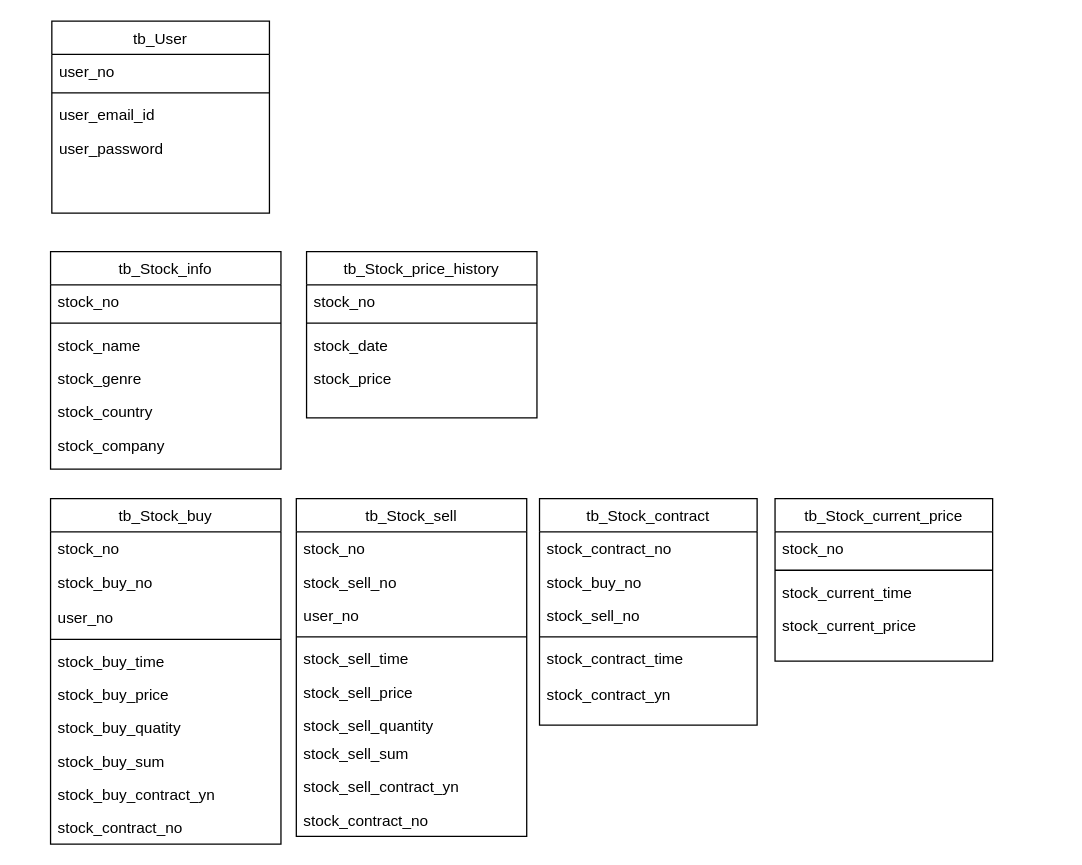
kmg4376/hello-world keeps this draw.io diagram as Untitled Diagram.drawio. Above is the earlier version. Source tidied: cells renumbered, new cells numbered last; positions are measured from the earlier drawing's top-left corner, leaving out a move shared by most shapes. Both pictures are drawn from the tidied source at 128%, with x=0, y=0 at pixel (50, 20).
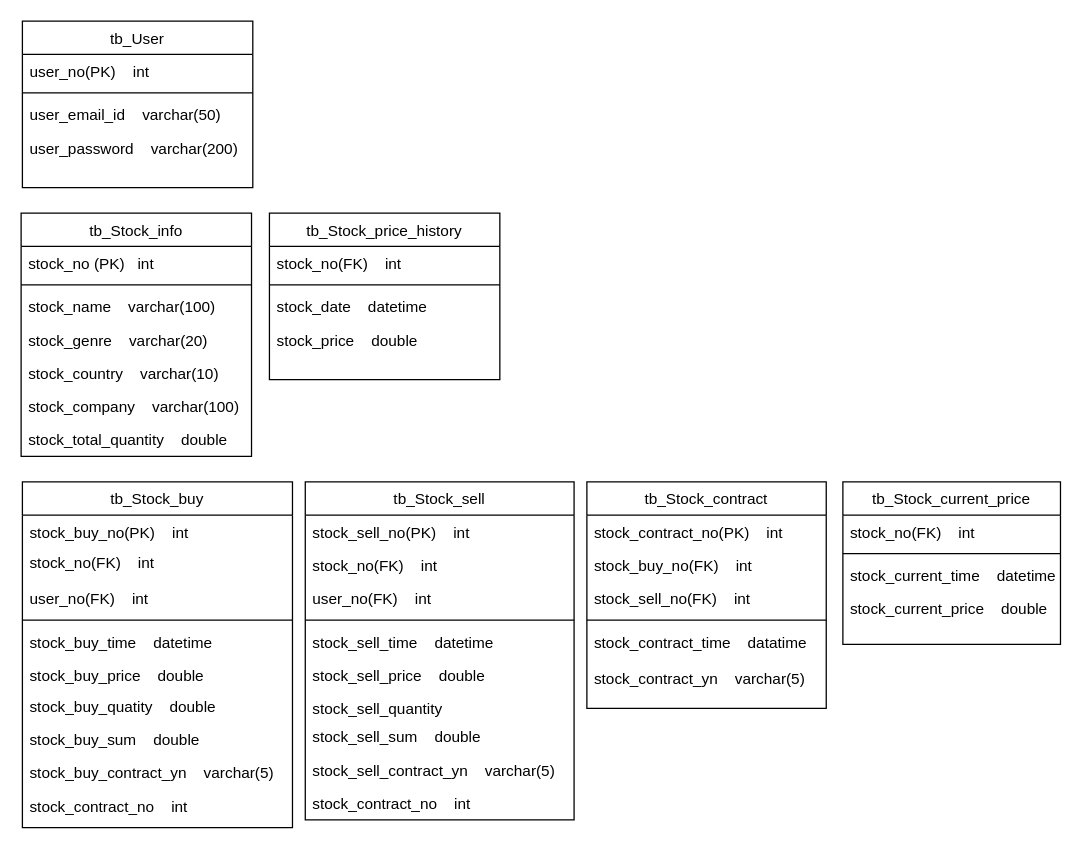
The same diagram, later.

The edit, as a diff of the source:
```diff
@@
     <mxCell id="2" value="tb_User" style="swimlane;fontStyle=0;align=center;verticalAlign=top;horizontal=1;startSize=26;rounded=0;shadow=0;strokeWidth=1;" parent="1" vertex="1">
-      <mxGeometry x="1" width="170" height="150" as="geometry" />
+      <mxGeometry x="-22" width="180" height="130" as="geometry" />
     </mxCell>
-    <mxCell id="3" value="user_no" style="text;align=left;verticalAlign=top;spacingLeft=4;spacingRight=4;overflow=hidden;" parent="2" vertex="1">
-      <mxGeometry y="26" width="170" height="26" as="geometry" />
+    <mxCell id="3" value="user_no(PK)    int" style="text;align=left;verticalAlign=top;spacingLeft=4;spacingRight=4;overflow=hidden;" parent="2" vertex="1">
+      <mxGeometry y="26" width="180" height="26" as="geometry" />
     </mxCell>
     <mxCell id="4" style="line;html=1;strokeWidth=1;align=left;verticalAlign=middle;spacingTop=-1;spacingLeft=3;spacingRight=3;labelPosition=right;" parent="2" vertex="1">
-      <mxGeometry y="52" width="170" height="8" as="geometry" />
+      <mxGeometry y="52" width="180" height="8" as="geometry" />
     </mxCell>
-    <mxCell id="5" value="user_email_id" style="text;align=left;verticalAlign=top;spacingLeft=4;spacingRight=4;overflow=hidden;" parent="2" vertex="1">
-      <mxGeometry y="60" width="170" height="26" as="geometry" />
+    <mxCell id="5" value="user_email_id    varchar(50)" style="text;align=left;verticalAlign=top;spacingLeft=4;spacingRight=4;overflow=hidden;" parent="2" vertex="1">
+      <mxGeometry y="60" width="180" height="26" as="geometry" />
     </mxCell>
-    <mxCell id="6" value="user_password" style="text;align=left;verticalAlign=top;spacingLeft=4;spacingRight=4;overflow=hidden;" parent="2" vertex="1">
-      <mxGeometry y="86" width="170" height="26" as="geometry" />
+    <mxCell id="6" value="user_password    varchar(200)" style="text;align=left;verticalAlign=top;spacingLeft=4;spacingRight=4;overflow=hidden;" parent="2" vertex="1">
+      <mxGeometry y="86" width="180" height="26" as="geometry" />
     </mxCell>
     <mxCell id="7" value="tb_Stock_price_history" style="swimlane;fontStyle=0;align=center;verticalAlign=top;horizontal=1;startSize=26;rounded=0;shadow=0;strokeWidth=1;" parent="1" vertex="1">
-      <mxGeometry x="200" y="180" width="180" height="130" as="geometry" />
+      <mxGeometry x="171" y="150" width="180" height="130" as="geometry" />
     </mxCell>
-    <mxCell id="8" value="stock_no" style="text;align=left;verticalAlign=top;spacingLeft=4;spacingRight=4;overflow=hidden;" parent="7" vertex="1">
+    <mxCell id="8" value="stock_no(FK)    int" style="text;align=left;verticalAlign=top;spacingLeft=4;spacingRight=4;overflow=hidden;" parent="7" vertex="1">
       <mxGeometry y="26" width="180" height="26" as="geometry" />
     </mxCell>
@@
-    <mxCell id="10" value="stock_date" style="text;align=left;verticalAlign=top;spacingLeft=4;spacingRight=4;overflow=hidden;" parent="7" vertex="1">
+    <mxCell id="10" value="stock_date    datetime" style="text;align=left;verticalAlign=top;spacingLeft=4;spacingRight=4;overflow=hidden;" parent="7" vertex="1">
       <mxGeometry y="60" width="180" height="26" as="geometry" />
     </mxCell>
-    <mxCell id="11" value="stock_price" style="text;align=left;verticalAlign=top;spacingLeft=4;spacingRight=4;overflow=hidden;" parent="7" vertex="1">
+    <mxCell id="11" value="stock_price    double" style="text;align=left;verticalAlign=top;spacingLeft=4;spacingRight=4;overflow=hidden;" parent="7" vertex="1">
       <mxGeometry y="86" width="180" height="26" as="geometry" />
     </mxCell>
     <mxCell id="12" value="tb_Stock_info" style="swimlane;fontStyle=0;align=center;verticalAlign=top;horizontal=1;startSize=26;rounded=0;shadow=0;strokeWidth=1;" parent="1" vertex="1">
-      <mxGeometry y="180" width="180" height="170" as="geometry" />
+      <mxGeometry x="-23" y="150" width="180" height="190" as="geometry" />
     </mxCell>
-    <mxCell id="13" value="stock_no" style="text;align=left;verticalAlign=top;spacingLeft=4;spacingRight=4;overflow=hidden;" parent="12" vertex="1">
+    <mxCell id="13" value="stock_no (PK)   int" style="text;align=left;verticalAlign=top;spacingLeft=4;spacingRight=4;overflow=hidden;" parent="12" vertex="1">
       <mxGeometry y="26" width="180" height="26" as="geometry" />
     </mxCell>
@@
-    <mxCell id="15" value="stock_name" style="text;align=left;verticalAlign=top;spacingLeft=4;spacingRight=4;overflow=hidden;" parent="12" vertex="1">
+    <mxCell id="15" value="stock_name    varchar(100)" style="text;align=left;verticalAlign=top;spacingLeft=4;spacingRight=4;overflow=hidden;" parent="12" vertex="1">
       <mxGeometry y="60" width="180" height="26" as="geometry" />
     </mxCell>
-    <mxCell id="16" value="stock_genre" style="text;align=left;verticalAlign=top;spacingLeft=4;spacingRight=4;overflow=hidden;" parent="12" vertex="1">
+    <mxCell id="16" value="stock_genre    varchar(20)" style="text;align=left;verticalAlign=top;spacingLeft=4;spacingRight=4;overflow=hidden;" parent="12" vertex="1">
       <mxGeometry y="86" width="180" height="26" as="geometry" />
     </mxCell>
-    <mxCell id="17" value="stock_country" style="text;align=left;verticalAlign=top;spacingLeft=4;spacingRight=4;overflow=hidden;" parent="12" vertex="1">
+    <mxCell id="17" value="stock_country    varchar(10)" style="text;align=left;verticalAlign=top;spacingLeft=4;spacingRight=4;overflow=hidden;" parent="12" vertex="1">
       <mxGeometry y="112" width="180" height="26" as="geometry" />
     </mxCell>
+    <mxCell id="53" value="stock_company    varchar(100)" style="text;align=left;verticalAlign=top;spacingLeft=4;spacingRight=4;overflow=hidden;" parent="12" vertex="1">
+      <mxGeometry y="138" width="180" height="26" as="geometry" />
+    </mxCell>
-    <mxCell id="18" value="stock_company" style="text;align=left;verticalAlign=top;spacingLeft=4;spacingRight=4;overflow=hidden;" parent="12" vertex="1">
-      <mxGeometry y="138" width="180" height="26" as="geometry" />
+    <mxCell id="18" value="stock_total_quantity    double" style="text;align=left;verticalAlign=top;spacingLeft=4;spacingRight=4;overflow=hidden;" parent="12" vertex="1">
+      <mxGeometry y="164" width="180" height="26" as="geometry" />
     </mxCell>
     <mxCell id="19" value="tb_Stock_buy" style="swimlane;fontStyle=0;align=center;verticalAlign=top;horizontal=1;startSize=26;rounded=0;shadow=0;strokeWidth=1;" parent="1" vertex="1">
-      <mxGeometry y="373" width="180" height="270" as="geometry" />
+      <mxGeometry x="-22" y="360" width="211" height="270" as="geometry" />
     </mxCell>
-    <mxCell id="20" value="stock_no" style="text;align=left;verticalAlign=top;spacingLeft=4;spacingRight=4;overflow=hidden;" parent="19" vertex="1">
-      <mxGeometry y="26" width="180" height="26" as="geometry" />
+    <mxCell id="20" value="stock_buy_no(PK)    int" style="text;align=left;verticalAlign=top;spacingLeft=4;spacingRight=4;overflow=hidden;" parent="19" vertex="1">
+      <mxGeometry y="26" width="211" height="24" as="geometry" />
     </mxCell>
-    <mxCell id="21" value="stock_buy_no" style="text;align=left;verticalAlign=top;spacingLeft=4;spacingRight=4;overflow=hidden;" parent="19" vertex="1">
-      <mxGeometry y="52" width="180" height="28" as="geometry" />
+    <mxCell id="21" value="stock_no(FK)    int" style="text;align=left;verticalAlign=top;spacingLeft=4;spacingRight=4;overflow=hidden;" parent="19" vertex="1">
+      <mxGeometry y="50" width="211" height="28" as="geometry" />
     </mxCell>
-    <mxCell id="22" value="user_no" style="text;align=left;verticalAlign=top;spacingLeft=4;spacingRight=4;overflow=hidden;" parent="19" vertex="1">
-      <mxGeometry y="80" width="180" height="26" as="geometry" />
+    <mxCell id="22" value="user_no(FK)    int" style="text;align=left;verticalAlign=top;spacingLeft=4;spacingRight=4;overflow=hidden;" parent="19" vertex="1">
+      <mxGeometry y="78" width="211" height="26" as="geometry" />
     </mxCell>
     <mxCell id="23" style="line;html=1;strokeWidth=1;align=left;verticalAlign=middle;spacingTop=-1;spacingLeft=3;spacingRight=3;labelPosition=right;" parent="19" vertex="1">
-      <mxGeometry y="106" width="180" height="8" as="geometry" />
+      <mxGeometry y="104" width="211" height="8" as="geometry" />
     </mxCell>
-    <mxCell id="24" value="stock_buy_time" style="text;align=left;verticalAlign=top;spacingLeft=4;spacingRight=4;overflow=hidden;" parent="19" vertex="1">
-      <mxGeometry y="114" width="180" height="26" as="geometry" />
+    <mxCell id="24" value="stock_buy_time    datetime" style="text;align=left;verticalAlign=top;spacingLeft=4;spacingRight=4;overflow=hidden;" parent="19" vertex="1">
+      <mxGeometry y="112" width="211" height="26" as="geometry" />
     </mxCell>
-    <mxCell id="25" value="stock_buy_price" style="text;align=left;verticalAlign=top;spacingLeft=4;spacingRight=4;overflow=hidden;" parent="19" vertex="1">
-      <mxGeometry y="140" width="180" height="26" as="geometry" />
+    <mxCell id="25" value="stock_buy_price    double" style="text;align=left;verticalAlign=top;spacingLeft=4;spacingRight=4;overflow=hidden;" parent="19" vertex="1">
+      <mxGeometry y="138" width="211" height="24" as="geometry" />
     </mxCell>
-    <mxCell id="26" value="stock_buy_quatity" style="text;align=left;verticalAlign=top;spacingLeft=4;spacingRight=4;overflow=hidden;" parent="19" vertex="1">
-      <mxGeometry y="166" width="180" height="26" as="geometry" />
+    <mxCell id="26" value="stock_buy_quatity    double" style="text;align=left;verticalAlign=top;spacingLeft=4;spacingRight=4;overflow=hidden;" parent="19" vertex="1">
+      <mxGeometry y="162" width="211" height="26" as="geometry" />
     </mxCell>
-    <mxCell id="27" value="stock_buy_sum" style="text;align=left;verticalAlign=top;spacingLeft=4;spacingRight=4;overflow=hidden;" parent="19" vertex="1">
-      <mxGeometry y="192" width="180" height="26" as="geometry" />
+    <mxCell id="27" value="stock_buy_sum    double" style="text;align=left;verticalAlign=top;spacingLeft=4;spacingRight=4;overflow=hidden;" parent="19" vertex="1">
+      <mxGeometry y="188" width="211" height="26" as="geometry" />
     </mxCell>
-    <mxCell id="28" value="stock_buy_contract_yn" style="text;align=left;verticalAlign=top;spacingLeft=4;spacingRight=4;overflow=hidden;" parent="19" vertex="1">
-      <mxGeometry y="218" width="180" height="26" as="geometry" />
+    <mxCell id="28" value="stock_buy_contract_yn    varchar(5)" style="text;align=left;verticalAlign=top;spacingLeft=4;spacingRight=4;overflow=hidden;" parent="19" vertex="1">
+      <mxGeometry y="214" width="211" height="26" as="geometry" />
     </mxCell>
-    <mxCell id="29" value="stock_contract_no" style="text;align=left;verticalAlign=top;spacingLeft=4;spacingRight=4;overflow=hidden;" parent="19" vertex="1">
-      <mxGeometry y="244" width="180" height="26" as="geometry" />
+    <mxCell id="29" value="stock_contract_no    int" style="text;align=left;verticalAlign=top;spacingLeft=4;spacingRight=4;overflow=hidden;" parent="19" vertex="1">
+      <mxGeometry y="240" width="211" height="26" as="geometry" />
     </mxCell>
     <mxCell id="30" value="tb_Stock_sell" style="swimlane;fontStyle=0;align=center;verticalAlign=top;horizontal=1;startSize=26;rounded=0;shadow=0;strokeWidth=1;" parent="1" vertex="1">
-      <mxGeometry x="192" y="373" width="180" height="264" as="geometry" />
+      <mxGeometry x="199" y="360" width="210" height="264" as="geometry" />
     </mxCell>
-    <mxCell id="31" value="stock_no" style="text;align=left;verticalAlign=top;spacingLeft=4;spacingRight=4;overflow=hidden;" parent="30" vertex="1">
-      <mxGeometry y="26" width="180" height="26" as="geometry" />
+    <mxCell id="31" value="stock_sell_no(PK)    int" style="text;align=left;verticalAlign=top;spacingLeft=4;spacingRight=4;overflow=hidden;" parent="30" vertex="1">
+      <mxGeometry y="26" width="210" height="26" as="geometry" />
     </mxCell>
-    <mxCell id="32" value="stock_sell_no" style="text;align=left;verticalAlign=top;spacingLeft=4;spacingRight=4;overflow=hidden;" parent="30" vertex="1">
-      <mxGeometry y="52" width="180" height="26" as="geometry" />
+    <mxCell id="32" value="stock_no(FK)    int" style="text;align=left;verticalAlign=top;spacingLeft=4;spacingRight=4;overflow=hidden;" parent="30" vertex="1">
+      <mxGeometry y="52" width="210" height="26" as="geometry" />
     </mxCell>
-    <mxCell id="33" value="user_no" style="text;align=left;verticalAlign=top;spacingLeft=4;spacingRight=4;overflow=hidden;" parent="30" vertex="1">
-      <mxGeometry y="78" width="180" height="26" as="geometry" />
+    <mxCell id="33" value="user_no(FK)    int" style="text;align=left;verticalAlign=top;spacingLeft=4;spacingRight=4;overflow=hidden;" parent="30" vertex="1">
+      <mxGeometry y="78" width="210" height="26" as="geometry" />
     </mxCell>
     <mxCell id="34" style="line;html=1;strokeWidth=1;align=left;verticalAlign=middle;spacingTop=-1;spacingLeft=3;spacingRight=3;labelPosition=right;" parent="30" vertex="1">
-      <mxGeometry y="104" width="180" height="8" as="geometry" />
+      <mxGeometry y="104" width="210" height="8" as="geometry" />
     </mxCell>
-    <mxCell id="35" value="stock_sell_time" style="text;align=left;verticalAlign=top;spacingLeft=4;spacingRight=4;overflow=hidden;" parent="30" vertex="1">
-      <mxGeometry y="112" width="180" height="26" as="geometry" />
+    <mxCell id="35" value="stock_sell_time    datetime" style="text;align=left;verticalAlign=top;spacingLeft=4;spacingRight=4;overflow=hidden;" parent="30" vertex="1">
+      <mxGeometry y="112" width="210" height="26" as="geometry" />
     </mxCell>
-    <mxCell id="36" value="stock_sell_price" style="text;align=left;verticalAlign=top;spacingLeft=4;spacingRight=4;overflow=hidden;" parent="30" vertex="1">
-      <mxGeometry y="138" width="180" height="26" as="geometry" />
+    <mxCell id="36" value="stock_sell_price    double" style="text;align=left;verticalAlign=top;spacingLeft=4;spacingRight=4;overflow=hidden;" parent="30" vertex="1">
+      <mxGeometry y="138" width="210" height="26" as="geometry" />
     </mxCell>
     <mxCell id="37" value="stock_sell_quantity" style="text;align=left;verticalAlign=top;spacingLeft=4;spacingRight=4;overflow=hidden;" parent="30" vertex="1">
-      <mxGeometry y="164" width="180" height="22" as="geometry" />
+      <mxGeometry y="164" width="210" height="22" as="geometry" />
     </mxCell>
-    <mxCell id="38" value="stock_sell_sum" style="text;align=left;verticalAlign=top;spacingLeft=4;spacingRight=4;overflow=hidden;" parent="30" vertex="1">
-      <mxGeometry y="186" width="180" height="26" as="geometry" />
+    <mxCell id="38" value="stock_sell_sum    double" style="text;align=left;verticalAlign=top;spacingLeft=4;spacingRight=4;overflow=hidden;" parent="30" vertex="1">
+      <mxGeometry y="186" width="210" height="26" as="geometry" />
     </mxCell>
-    <mxCell id="39" value="stock_sell_contract_yn" style="text;align=left;verticalAlign=top;spacingLeft=4;spacingRight=4;overflow=hidden;" parent="30" vertex="1">
-      <mxGeometry y="212" width="180" height="26" as="geometry" />
+    <mxCell id="39" value="stock_sell_contract_yn    varchar(5)" style="text;align=left;verticalAlign=top;spacingLeft=4;spacingRight=4;overflow=hidden;" parent="30" vertex="1">
+      <mxGeometry y="212" width="210" height="26" as="geometry" />
     </mxCell>
-    <mxCell id="40" value="stock_contract_no" style="text;align=left;verticalAlign=top;spacingLeft=4;spacingRight=4;overflow=hidden;" parent="30" vertex="1">
-      <mxGeometry y="238" width="180" height="26" as="geometry" />
+    <mxCell id="40" value="stock_contract_no    int" style="text;align=left;verticalAlign=top;spacingLeft=4;spacingRight=4;overflow=hidden;" parent="30" vertex="1">
+      <mxGeometry y="238" width="210" height="26" as="geometry" />
     </mxCell>
     <mxCell id="41" value="tb_Stock_current_price" style="swimlane;fontStyle=0;align=center;verticalAlign=top;horizontal=1;startSize=26;rounded=0;shadow=0;strokeWidth=1;" parent="1" vertex="1">
-      <mxGeometry x="566" y="373" width="170" height="127" as="geometry" />
+      <mxGeometry x="619" y="360" width="170" height="127" as="geometry" />
     </mxCell>
-    <mxCell id="42" value="stock_no" style="text;align=left;verticalAlign=top;spacingLeft=4;spacingRight=4;overflow=hidden;" parent="41" vertex="1">
+    <mxCell id="42" value="stock_no(FK)    int" style="text;align=left;verticalAlign=top;spacingLeft=4;spacingRight=4;overflow=hidden;" parent="41" vertex="1">
       <mxGeometry y="26" width="170" height="26" as="geometry" />
     </mxCell>
@@
-    <mxCell id="44" value="stock_current_time" style="text;align=left;verticalAlign=top;spacingLeft=4;spacingRight=4;overflow=hidden;" parent="41" vertex="1">
+    <mxCell id="44" value="stock_current_time    datetime" style="text;align=left;verticalAlign=top;spacingLeft=4;spacingRight=4;overflow=hidden;" parent="41" vertex="1">
       <mxGeometry y="60" width="170" height="26" as="geometry" />
     </mxCell>
-    <mxCell id="45" value="stock_current_price" style="text;align=left;verticalAlign=top;spacingLeft=4;spacingRight=4;overflow=hidden;" parent="41" vertex="1">
+    <mxCell id="45" value="stock_current_price    double" style="text;align=left;verticalAlign=top;spacingLeft=4;spacingRight=4;overflow=hidden;" parent="41" vertex="1">
       <mxGeometry y="86" width="170" height="26" as="geometry" />
     </mxCell>
     <mxCell id="46" value="tb_Stock_contract" style="swimlane;fontStyle=0;align=center;verticalAlign=top;horizontal=1;startSize=26;rounded=0;shadow=0;strokeWidth=1;" parent="1" vertex="1">
-      <mxGeometry x="382" y="373" width="170" height="177" as="geometry" />
+      <mxGeometry x="419" y="360" width="187" height="177" as="geometry" />
     </mxCell>
-    <mxCell id="47" value="stock_contract_no&#10;" style="text;align=left;verticalAlign=top;spacingLeft=4;spacingRight=4;overflow=hidden;" parent="46" vertex="1">
-      <mxGeometry y="26" width="170" height="26" as="geometry" />
+    <mxCell id="47" value="stock_contract_no(PK)    int" style="text;align=left;verticalAlign=top;spacingLeft=4;spacingRight=4;overflow=hidden;" parent="46" vertex="1">
+      <mxGeometry y="26" width="187" height="26" as="geometry" />
     </mxCell>
-    <mxCell id="48" value="stock_buy_no&#10;" style="text;align=left;verticalAlign=top;spacingLeft=4;spacingRight=4;overflow=hidden;" parent="46" vertex="1">
-      <mxGeometry y="52" width="170" height="26" as="geometry" />
+    <mxCell id="48" value="stock_buy_no(FK)    int" style="text;align=left;verticalAlign=top;spacingLeft=4;spacingRight=4;overflow=hidden;" parent="46" vertex="1">
+      <mxGeometry y="52" width="187" height="26" as="geometry" />
     </mxCell>
-    <mxCell id="49" value="stock_sell_no&#10;" style="text;align=left;verticalAlign=top;spacingLeft=4;spacingRight=4;overflow=hidden;" parent="46" vertex="1">
-      <mxGeometry y="78" width="170" height="26" as="geometry" />
+    <mxCell id="49" value="stock_sell_no(FK)    int" style="text;align=left;verticalAlign=top;spacingLeft=4;spacingRight=4;overflow=hidden;" parent="46" vertex="1">
+      <mxGeometry y="78" width="187" height="26" as="geometry" />
     </mxCell>
     <mxCell id="50" style="line;html=1;strokeWidth=1;align=left;verticalAlign=middle;spacingTop=-1;spacingLeft=3;spacingRight=3;labelPosition=right;" parent="46" vertex="1">
-      <mxGeometry y="104" width="170" height="8" as="geometry" />
+      <mxGeometry y="104" width="187" height="8" as="geometry" />
     </mxCell>
-    <mxCell id="51" value="stock_contract_time&#10;" style="text;align=left;verticalAlign=top;spacingLeft=4;spacingRight=4;overflow=hidden;" parent="46" vertex="1">
-      <mxGeometry y="112" width="170" height="28" as="geometry" />
+    <mxCell id="51" value="stock_contract_time    datatime" style="text;align=left;verticalAlign=top;spacingLeft=4;spacingRight=4;overflow=hidden;" parent="46" vertex="1">
+      <mxGeometry y="112" width="187" height="28" as="geometry" />
     </mxCell>
-    <mxCell id="52" value="stock_contract_yn" style="text;align=left;verticalAlign=top;spacingLeft=4;spacingRight=4;overflow=hidden;" parent="46" vertex="1">
-      <mxGeometry y="140" width="170" height="28" as="geometry" />
+    <mxCell id="52" value="stock_contract_yn    varchar(5)" style="text;align=left;verticalAlign=top;spacingLeft=4;spacingRight=4;overflow=hidden;" parent="46" vertex="1">
+      <mxGeometry y="140" width="187" height="28" as="geometry" />
     </mxCell>
```
